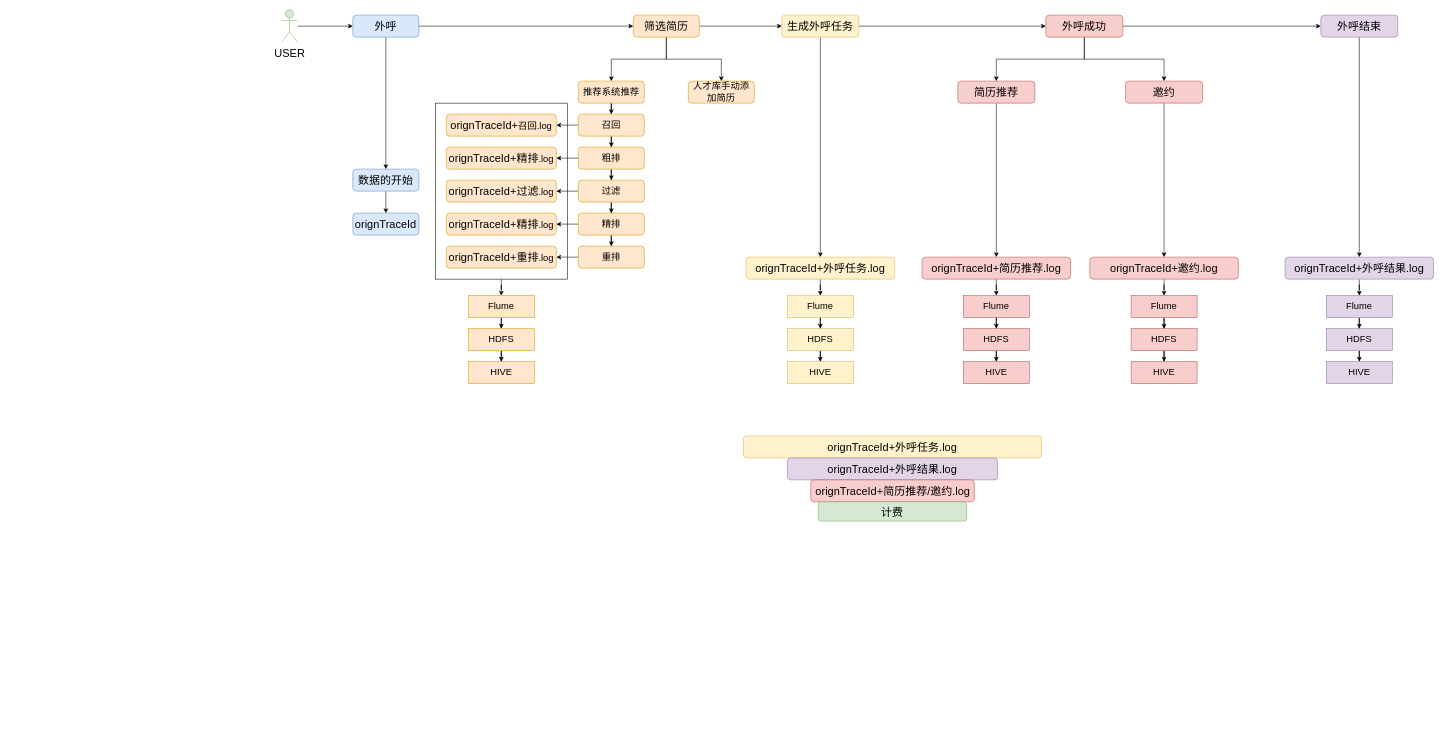
Earlier version of the draw.io diagram 数据串联.drawio (LuOyEbY/draw-b). Source tidied: cells renumbered, new cells numbered last; positions are measured from the earlier drawing's top-left corner, leaving out a move shared by most shapes. Both pictures are drawn from the tidied source at 55%, with x=0, y=0 at pixel (281, 9).
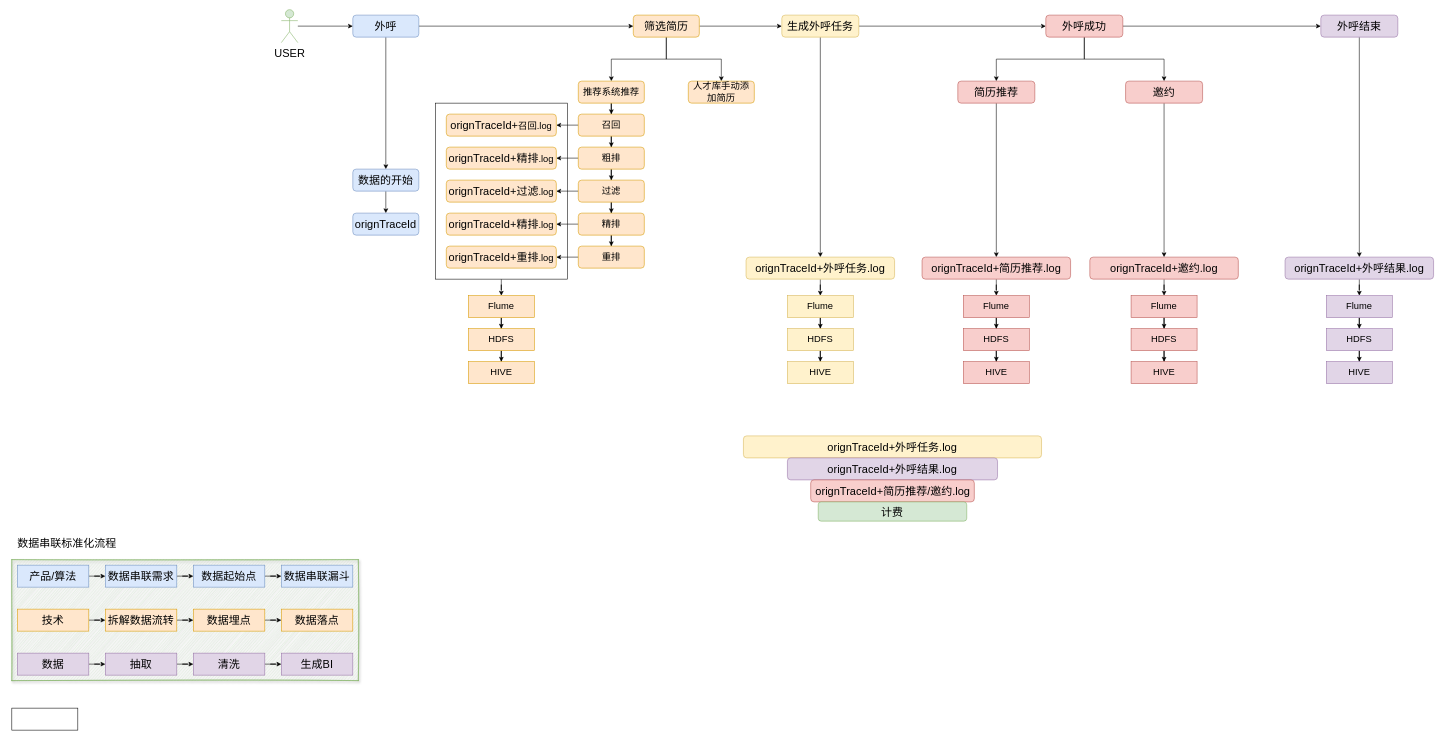
After the change.

Commit message:
更新数据串联.drawio

The edit, as a diff of the source:
```diff
@@
+    <mxCell id="88" style="rounded=0;whiteSpace=wrap;html=1;fontSize=20;fillColor=#d5e8d4;strokeColor=#82b366;glass=0;sketch=1;shadow=1;" parent="1" vertex="1">
+      <mxGeometry x="-490" y="1000" width="630" height="220" as="geometry" />
+    </mxCell>
@@
+    <mxCell id="89" style="edgeStyle=orthogonalEdgeStyle;rounded=0;jettySize=auto;html=1;fontSize=20;" parent="1" edge="1" source="90" target="92">
+      <mxGeometry relative="1" as="geometry" />
+    </mxCell>
+    <mxCell id="90" value="数据串联需求" style="rounded=0;whiteSpace=wrap;html=1;fontSize=20;fillColor=#dae8fc;strokeColor=#6c8ebf;" parent="1" vertex="1">
+      <mxGeometry x="-320" y="1010" width="130" height="40" as="geometry" />
+    </mxCell>
+    <mxCell id="91" style="edgeStyle=orthogonalEdgeStyle;rounded=0;jettySize=auto;html=1;fontSize=20;" parent="1" edge="1" source="92" target="93">
+      <mxGeometry relative="1" as="geometry" />
+    </mxCell>
+    <mxCell id="92" value="数据起始点" style="rounded=0;whiteSpace=wrap;html=1;fontSize=20;fillColor=#dae8fc;strokeColor=#6c8ebf;" parent="1" vertex="1">
+      <mxGeometry x="-160" y="1010" width="130" height="40" as="geometry" />
+    </mxCell>
+    <mxCell id="93" value="数据串联漏斗" style="rounded=0;whiteSpace=wrap;html=1;fontSize=20;fillColor=#dae8fc;strokeColor=#6c8ebf;" parent="1" vertex="1">
+      <mxGeometry y="1010" width="130" height="40" as="geometry" />
+    </mxCell>
+    <mxCell id="94" style="edgeStyle=orthogonalEdgeStyle;rounded=0;jettySize=auto;html=1;entryX=0;entryY=0.5;entryDx=0;entryDy=0;fontSize=20;" parent="1" edge="1" source="95" target="90">
+      <mxGeometry relative="1" as="geometry" />
+    </mxCell>
+    <mxCell id="95" value="产品/算法" style="rounded=0;whiteSpace=wrap;html=1;fontSize=20;fillColor=#dae8fc;strokeColor=#6c8ebf;" parent="1" vertex="1">
+      <mxGeometry x="-480" y="1010" width="130" height="40" as="geometry" />
+    </mxCell>
+    <mxCell id="96" style="edgeStyle=orthogonalEdgeStyle;rounded=0;jettySize=auto;html=1;fontSize=20;" parent="1" edge="1" source="97" target="99">
+      <mxGeometry relative="1" as="geometry" />
+    </mxCell>
+    <mxCell id="97" value="技术" style="rounded=0;whiteSpace=wrap;html=1;fontSize=20;fillColor=#ffe6cc;strokeColor=#d79b00;" parent="1" vertex="1">
+      <mxGeometry x="-480" y="1090" width="130" height="40" as="geometry" />
+    </mxCell>
+    <mxCell id="98" style="edgeStyle=orthogonalEdgeStyle;rounded=0;jettySize=auto;html=1;fontSize=20;" parent="1" edge="1" source="99" target="101">
+      <mxGeometry relative="1" as="geometry" />
+    </mxCell>
+    <mxCell id="99" value="拆解数据流转" style="rounded=0;whiteSpace=wrap;html=1;fontSize=20;fillColor=#ffe6cc;strokeColor=#d79b00;" parent="1" vertex="1">
+      <mxGeometry x="-320" y="1090" width="130" height="40" as="geometry" />
+    </mxCell>
+    <mxCell id="100" style="edgeStyle=orthogonalEdgeStyle;rounded=0;jettySize=auto;html=1;fontSize=20;" parent="1" edge="1" source="101" target="102">
+      <mxGeometry relative="1" as="geometry" />
+    </mxCell>
+    <mxCell id="101" value="数据埋点" style="rounded=0;whiteSpace=wrap;html=1;fontSize=20;fillColor=#ffe6cc;strokeColor=#d79b00;" parent="1" vertex="1">
+      <mxGeometry x="-160" y="1090" width="130" height="40" as="geometry" />
+    </mxCell>
+    <mxCell id="102" value="数据落点" style="rounded=0;whiteSpace=wrap;html=1;fontSize=20;fillColor=#ffe6cc;strokeColor=#d79b00;" parent="1" vertex="1">
+      <mxGeometry y="1090" width="130" height="40" as="geometry" />
+    </mxCell>
+    <mxCell id="103" style="edgeStyle=orthogonalEdgeStyle;rounded=0;jettySize=auto;html=1;fontSize=20;" parent="1" edge="1" source="104" target="106">
+      <mxGeometry relative="1" as="geometry" />
+    </mxCell>
+    <mxCell id="104" value="数据" style="rounded=0;whiteSpace=wrap;html=1;fontSize=20;fillColor=#e1d5e7;strokeColor=#9673a6;" parent="1" vertex="1">
+      <mxGeometry x="-480" y="1170" width="130" height="40" as="geometry" />
+    </mxCell>
+    <mxCell id="105" style="edgeStyle=orthogonalEdgeStyle;rounded=0;jettySize=auto;html=1;fontSize=20;" parent="1" edge="1" source="106" target="108">
+      <mxGeometry relative="1" as="geometry" />
+    </mxCell>
+    <mxCell id="106" value="抽取" style="rounded=0;whiteSpace=wrap;html=1;fontSize=20;fillColor=#e1d5e7;strokeColor=#9673a6;" parent="1" vertex="1">
+      <mxGeometry x="-320" y="1170" width="130" height="40" as="geometry" />
+    </mxCell>
+    <mxCell id="107" style="edgeStyle=orthogonalEdgeStyle;rounded=0;jettySize=auto;html=1;fontSize=20;" parent="1" edge="1" source="108" target="109">
+      <mxGeometry relative="1" as="geometry" />
+    </mxCell>
+    <mxCell id="108" value="清洗" style="rounded=0;whiteSpace=wrap;html=1;fontSize=20;fillColor=#e1d5e7;strokeColor=#9673a6;" parent="1" vertex="1">
+      <mxGeometry x="-160" y="1170" width="130" height="40" as="geometry" />
+    </mxCell>
+    <mxCell id="109" value="生成BI" style="rounded=0;whiteSpace=wrap;html=1;fontSize=20;fillColor=#e1d5e7;strokeColor=#9673a6;" parent="1" vertex="1">
+      <mxGeometry y="1170" width="130" height="40" as="geometry" />
+    </mxCell>
+    <mxCell id="110" value="数据串联标准化流程" style="text;html=1;align=center;verticalAlign=middle;strokeColor=none;fillColor=none;fontSize=20;" parent="1" vertex="1">
+      <mxGeometry x="-490" y="950" width="200" height="40" as="geometry" />
+    </mxCell>
+    <mxCell id="111" style="rounded=0;whiteSpace=wrap;html=1;shadow=0;glass=0;sketch=0;fontSize=20;" parent="1" vertex="1">
+      <mxGeometry x="-490" y="1270" width="120" height="40" as="geometry" />
+    </mxCell>
```
